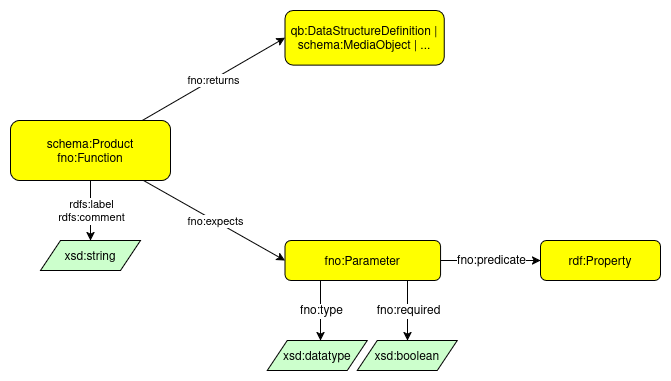
Earlier version of the draw.io export web/docs/diagrams/product-diagram.png (fair-ease/dataset-demand-register). Source tidied: cells renumbered, new cells last; positions are measured from the earlier drawing's top-left corner, leaving out a move shared by most shapes. Source of this version:
```xml
<mxGraphModel>
  <root>
    <mxCell id="0" />
    <mxCell id="1" parent="0" />
    <mxCell id="2" style="rounded=0;jettySize=auto;html=1;" parent="1" edge="1" source="4" target="20">
      <mxGeometry relative="1" as="geometry" />
    </mxCell>
    <mxCell id="3" value="rdfs:label&lt;br&gt;rdfs:comment" style="edgeLabel;html=1;align=center;verticalAlign=middle;" parent="2" vertex="1">
      <mxGeometry relative="1" as="geometry" />
    </mxCell>
    <mxCell id="4" value="schema:Product&#10;fno:Function" style="graphMlID=n4;shape=rect;rounded=1;arcsize=30;fillColor=#ffff00;strokeColor=#000000;strokeWidth=1.0;fontSize=12;fontStyle=0;" parent="1" vertex="1">
      <mxGeometry y="110" width="160" height="60" as="geometry" />
    </mxCell>
    <mxCell id="5" style="rounded=0;jettySize=auto;html=1;entryX=0;entryY=0.5;entryDx=0;entryDy=0;" parent="1" edge="1" source="4" target="19">
      <mxGeometry relative="1" as="geometry" />
    </mxCell>
    <mxCell id="6" value="fno:expects" style="edgeLabel;html=1;align=center;verticalAlign=middle;" parent="5" vertex="1">
      <mxGeometry relative="1" as="geometry" />
    </mxCell>
    <mxCell id="7" style="endArrow=classic;html=1;textDirection=ltr;rounded=0;edgeStyle=orthogonalEdgeStyle;" parent="1" edge="1" source="19" target="16">
      <mxGeometry relative="1" as="geometry" />
    </mxCell>
    <mxCell id="8" value="fno:predicate" style="text;html=1;align=center;verticalAlign=middle;labelBackgroundColor=#ffffff;rotation=0;" parent="7" vertex="1">
      <mxGeometry relative="1" as="geometry" />
    </mxCell>
    <mxCell id="9" style="endArrow=classic;html=1;textDirection=ltr;rounded=0;edgeStyle=orthogonalEdgeStyle;" parent="1" edge="1" source="19" target="14">
      <mxGeometry relative="1" as="geometry">
        <Array as="points">
          <mxPoint x="310" y="310" />
          <mxPoint x="310" y="310" />
        </Array>
      </mxGeometry>
    </mxCell>
    <mxCell id="10" value="fno:type" style="text;html=1;align=center;verticalAlign=middle;labelBackgroundColor=#ffffff;rotation=0;" parent="9" vertex="1">
      <mxGeometry relative="1" as="geometry" />
    </mxCell>
    <mxCell id="11" style="endArrow=classic;html=1;textDirection=ltr;rounded=0;edgeStyle=orthogonalEdgeStyle;" parent="1" edge="1" source="19" target="13">
      <mxGeometry relative="1" as="geometry">
        <Array as="points">
          <mxPoint x="397" y="290" />
          <mxPoint x="397" y="290" />
        </Array>
      </mxGeometry>
    </mxCell>
    <mxCell id="12" value="fno:required" style="text;html=1;align=center;verticalAlign=middle;labelBackgroundColor=#ffffff;rotation=0;" parent="11" vertex="1">
      <mxGeometry relative="1" as="geometry" />
    </mxCell>
    <mxCell id="13" value="xsd:boolean" style="graphMlID=n6;shape=parallelogram;fillColor=#ccffcc;strokeColor=#000000;strokeWidth=1.0;" parent="1" vertex="1">
      <mxGeometry x="346.8" y="330" width="100" height="30" as="geometry" />
    </mxCell>
    <mxCell id="14" value="xsd:datatype" style="graphMlID=n6;shape=parallelogram;fillColor=#ccffcc;strokeColor=#000000;strokeWidth=1.0;" parent="1" vertex="1">
      <mxGeometry x="256.8" y="330" width="100" height="30" as="geometry" />
    </mxCell>
    <mxCell id="15" value="qb:DataStructureDefinition | &#10;schema:MediaObject | ..." style="graphMlID=n4;shape=rect;rounded=1;arcsize=30;fillColor=#ffff00;strokeColor=#000000;strokeWidth=1.0;fontSize=12;fontStyle=0;" parent="1" vertex="1">
      <mxGeometry x="274.4" width="159.3" height="54.6" as="geometry" />
    </mxCell>
    <mxCell id="16" value="rdf:Property" style="graphMlID=n4;shape=rect;rounded=1;arcsize=30;fillColor=#ffff00;strokeColor=#000000;strokeWidth=1.0;" parent="1" vertex="1">
      <mxGeometry x="530" y="230" width="120" height="40" as="geometry" />
    </mxCell>
    <mxCell id="17" style="rounded=0;jettySize=auto;html=1;entryX=0;entryY=0.5;entryDx=0;entryDy=0;" parent="1" edge="1" source="4" target="15">
      <mxGeometry relative="1" as="geometry" />
    </mxCell>
    <mxCell id="18" value="fno:returns" style="edgeLabel;html=1;align=center;verticalAlign=middle;points=[];" parent="17" vertex="1">
      <mxGeometry relative="1" as="geometry" />
    </mxCell>
    <mxCell id="19" value="fno:Parameter" style="graphMlID=n4;shape=rect;rounded=1;arcsize=30;fillColor=#ffff00;strokeColor=#000000;strokeWidth=1.0;" parent="1" vertex="1">
      <mxGeometry x="274.4" y="230" width="155.6" height="40" as="geometry" />
    </mxCell>
    <mxCell id="20" value="xsd:string" style="graphMlID=n6;shape=parallelogram;fillColor=#ccffcc;strokeColor=#000000;strokeWidth=1.0;" parent="1" vertex="1">
      <mxGeometry x="30" y="230" width="100" height="30" as="geometry" />
    </mxCell>
  </root>
</mxGraphModel>
```
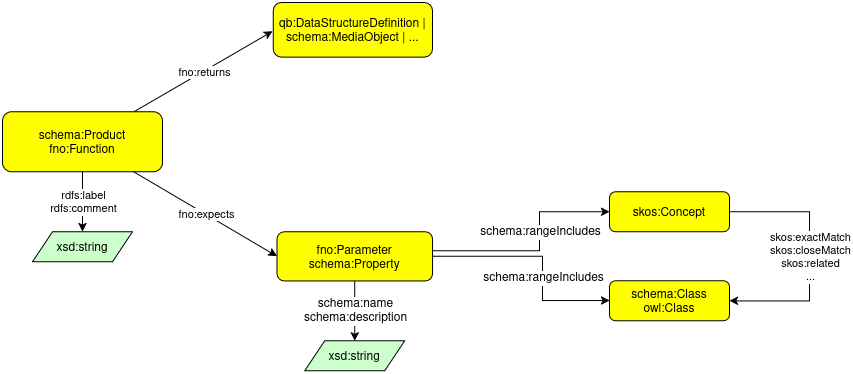
The same diagram one commit later.

The edit, as a diff of the source:
```diff
@@ -2,72 +2,89 @@
   <root>
     <mxCell id="0" />
     <mxCell id="1" parent="0" />
-    <mxCell id="2" style="rounded=0;jettySize=auto;html=1;" parent="1" edge="1" source="4" target="20">
+    <mxCell id="2" style="rounded=0;jettySize=auto;html=1;" parent="1" edge="1" source="4" target="15">
       <mxGeometry relative="1" as="geometry" />
     </mxCell>
     <mxCell id="3" value="rdfs:label&lt;br&gt;rdfs:comment" style="edgeLabel;html=1;align=center;verticalAlign=middle;" parent="2" vertex="1">
       <mxGeometry relative="1" as="geometry" />
     </mxCell>
     <mxCell id="4" value="schema:Product&#10;fno:Function" style="graphMlID=n4;shape=rect;rounded=1;arcsize=30;fillColor=#ffff00;strokeColor=#000000;strokeWidth=1.0;fontSize=12;fontStyle=0;" parent="1" vertex="1">
-      <mxGeometry y="110" width="160" height="60" as="geometry" />
+      <mxGeometry x="740" y="109.1" width="160" height="60" as="geometry" />
     </mxCell>
-    <mxCell id="5" style="rounded=0;jettySize=auto;html=1;entryX=0;entryY=0.5;entryDx=0;entryDy=0;" parent="1" edge="1" source="4" target="19">
+    <mxCell id="5" style="rounded=0;jettySize=auto;html=1;entryX=0;entryY=0.5;entryDx=0;entryDy=0;" parent="1" edge="1" source="4" target="14">
       <mxGeometry relative="1" as="geometry" />
     </mxCell>
     <mxCell id="6" value="fno:expects" style="edgeLabel;html=1;align=center;verticalAlign=middle;" parent="5" vertex="1">
       <mxGeometry relative="1" as="geometry" />
     </mxCell>
-    <mxCell id="7" style="endArrow=classic;html=1;textDirection=ltr;rounded=0;edgeStyle=orthogonalEdgeStyle;" parent="1" edge="1" source="19" target="16">
-      <mxGeometry relative="1" as="geometry" />
+    <mxCell id="7" style="endArrow=classic;html=1;textDirection=ltr;rounded=0;edgeStyle=orthogonalEdgeStyle;" parent="1" edge="1" source="14" target="19">
+      <mxGeometry relative="1" as="geometry">
+        <Array as="points">
+          <mxPoint x="1280" y="254" />
+          <mxPoint x="1280" y="298" />
+        </Array>
+      </mxGeometry>
     </mxCell>
-    <mxCell id="8" value="fno:predicate" style="text;html=1;align=center;verticalAlign=middle;labelBackgroundColor=#ffffff;rotation=0;" parent="7" vertex="1">
-      <mxGeometry relative="1" as="geometry" />
+    <mxCell id="8" value="schema:rangeIncludes" style="text;html=1;align=center;verticalAlign=middle;labelBackgroundColor=#ffffff;rotation=0;" parent="7" vertex="1">
+      <mxGeometry relative="1" as="geometry">
+        <mxPoint y="21" as="offset" />
+      </mxGeometry>
     </mxCell>
-    <mxCell id="9" style="endArrow=classic;html=1;textDirection=ltr;rounded=0;edgeStyle=orthogonalEdgeStyle;" parent="1" edge="1" source="19" target="14">
-      <mxGeometry relative="1" as="geometry">
-        <Array as="points">
-          <mxPoint x="310" y="310" />
-          <mxPoint x="310" y="310" />
-        </Array>
-      </mxGeometry>
+    <mxCell id="9" style="endArrow=classic;html=1;textDirection=ltr;rounded=0;edgeStyle=orthogonalEdgeStyle;" parent="1" edge="1" source="14" target="11">
+      <mxGeometry relative="1" as="geometry" />
     </mxCell>
-    <mxCell id="10" value="fno:type" style="text;html=1;align=center;verticalAlign=middle;labelBackgroundColor=#ffffff;rotation=0;" parent="9" vertex="1">
+    <mxCell id="10" value="&lt;div&gt;schema:name&lt;/div&gt;&lt;div&gt;schema:description&lt;/div&gt;" style="text;html=1;align=center;verticalAlign=middle;labelBackgroundColor=#ffffff;rotation=0;" parent="9" vertex="1">
       <mxGeometry relative="1" as="geometry" />
     </mxCell>
-    <mxCell id="11" style="endArrow=classic;html=1;textDirection=ltr;rounded=0;edgeStyle=orthogonalEdgeStyle;" parent="1" edge="1" source="19" target="13">
-      <mxGeometry relative="1" as="geometry">
-        <Array as="points">
-          <mxPoint x="397" y="290" />
-          <mxPoint x="397" y="290" />
-        </Array>
-      </mxGeometry>
+    <mxCell id="11" value="xsd:string" style="graphMlID=n6;shape=parallelogram;fillColor=#ccffcc;strokeColor=#000000;strokeWidth=1.0;" parent="1" vertex="1">
+      <mxGeometry x="1042.2" y="338.3" width="100" height="30" as="geometry" />
     </mxCell>
-    <mxCell id="12" value="fno:required" style="text;html=1;align=center;verticalAlign=middle;labelBackgroundColor=#ffffff;rotation=0;" parent="11" vertex="1">
-      <mxGeometry relative="1" as="geometry" />
+    <mxCell id="12" style="rounded=0;jettySize=auto;html=1;entryX=0;entryY=0.5;entryDx=0;entryDy=0;" parent="1" edge="1" source="4">
+      <mxGeometry relative="1" as="geometry">
+        <mxPoint x="1010" y="28.8" as="targetPoint" />
+      </mxGeometry>
     </mxCell>
-    <mxCell id="13" value="xsd:boolean" style="graphMlID=n6;shape=parallelogram;fillColor=#ccffcc;strokeColor=#000000;strokeWidth=1.0;" parent="1" vertex="1">
-      <mxGeometry x="346.8" y="330" width="100" height="30" as="geometry" />
+    <mxCell id="13" value="fno:returns" style="edgeLabel;html=1;align=center;verticalAlign=middle;points=[];" parent="12" vertex="1">
+      <mxGeometry relative="1" as="geometry" />
     </mxCell>
-    <mxCell id="14" value="xsd:datatype" style="graphMlID=n6;shape=parallelogram;fillColor=#ccffcc;strokeColor=#000000;strokeWidth=1.0;" parent="1" vertex="1">
-      <mxGeometry x="256.8" y="330" width="100" height="30" as="geometry" />
+    <mxCell id="14" value="fno:Parameter &#10;schema:Property" style="graphMlID=n4;shape=rect;rounded=1;arcsize=30;fillColor=#ffff00;strokeColor=#000000;strokeWidth=1.0;" parent="1" vertex="1">
+      <mxGeometry x="1014.4" y="229.1" width="155.6" height="49.2" as="geometry" />
     </mxCell>
-    <mxCell id="15" value="qb:DataStructureDefinition | &#10;schema:MediaObject | ..." style="graphMlID=n4;shape=rect;rounded=1;arcsize=30;fillColor=#ffff00;strokeColor=#000000;strokeWidth=1.0;fontSize=12;fontStyle=0;" parent="1" vertex="1">
-      <mxGeometry x="274.4" width="159.3" height="54.6" as="geometry" />
+    <mxCell id="15" value="xsd:string" style="graphMlID=n6;shape=parallelogram;fillColor=#ccffcc;strokeColor=#000000;strokeWidth=1.0;" parent="1" vertex="1">
+      <mxGeometry x="770" y="229.1" width="100" height="30" as="geometry" />
     </mxCell>
-    <mxCell id="16" value="rdf:Property" style="graphMlID=n4;shape=rect;rounded=1;arcsize=30;fillColor=#ffff00;strokeColor=#000000;strokeWidth=1.0;" parent="1" vertex="1">
-      <mxGeometry x="530" y="230" width="120" height="40" as="geometry" />
+    <mxCell id="16" style="endArrow=classic;html=1;textDirection=ltr;rounded=0;edgeStyle=orthogonalEdgeStyle;" parent="1" edge="1" source="14" target="18">
+      <mxGeometry relative="1" as="geometry">
+        <Array as="points">
+          <mxPoint x="1277" y="248.3" />
+          <mxPoint x="1277" y="209.3" />
+        </Array>
+      </mxGeometry>
     </mxCell>
-    <mxCell id="17" style="rounded=0;jettySize=auto;html=1;entryX=0;entryY=0.5;entryDx=0;entryDy=0;" parent="1" edge="1" source="4" target="15">
-      <mxGeometry relative="1" as="geometry" />
+    <mxCell id="17" value="schema:rangeIncludes" style="text;html=1;align=center;verticalAlign=middle;labelBackgroundColor=#ffffff;rotation=0;" parent="16" vertex="1">
+      <mxGeometry relative="1" as="geometry">
+        <mxPoint y="-18" as="offset" />
+      </mxGeometry>
     </mxCell>
-    <mxCell id="18" value="fno:returns" style="edgeLabel;html=1;align=center;verticalAlign=middle;points=[];" parent="17" vertex="1">
-      <mxGeometry relative="1" as="geometry" />
+    <mxCell id="18" value="skos:Concept" style="graphMlID=n4;shape=rect;rounded=1;arcsize=30;fillColor=light-dark(#ffff00, #1f1f00);strokeColor=#000000;strokeWidth=1.0;" parent="1" vertex="1">
+      <mxGeometry x="1347" y="189.1" width="120" height="40" as="geometry" />
     </mxCell>
-    <mxCell id="19" value="fno:Parameter" style="graphMlID=n4;shape=rect;rounded=1;arcsize=30;fillColor=#ffff00;strokeColor=#000000;strokeWidth=1.0;" parent="1" vertex="1">
-      <mxGeometry x="274.4" y="230" width="155.6" height="40" as="geometry" />
+    <mxCell id="19" value="schema:Class&#10;owl:Class" style="graphMlID=n4;shape=rect;rounded=1;arcsize=30;fillColor=light-dark(#ffff00, #1f1f00);strokeColor=#000000;strokeWidth=1.0;" parent="1" vertex="1">
+      <mxGeometry x="1347" y="278.3" width="120" height="40" as="geometry" />
     </mxCell>
-    <mxCell id="20" value="xsd:string" style="graphMlID=n6;shape=parallelogram;fillColor=#ccffcc;strokeColor=#000000;strokeWidth=1.0;" parent="1" vertex="1">
-      <mxGeometry x="30" y="230" width="100" height="30" as="geometry" />
+    <mxCell id="20" style="edgeStyle=orthogonalEdgeStyle;rounded=0;jettySize=auto;html=1;entryX=1;entryY=0.5;entryDx=0;entryDy=0;" parent="1" edge="1" source="18" target="19">
+      <mxGeometry relative="1" as="geometry">
+        <Array as="points">
+          <mxPoint x="1547" y="209.1" />
+          <mxPoint x="1547" y="298.3" />
+        </Array>
+      </mxGeometry>
     </mxCell>
+    <mxCell id="21" value="&lt;div&gt;skos:exactMatch&lt;/div&gt;&lt;div&gt;skos:closeMatch&lt;/div&gt;&lt;div&gt;skos:related&lt;/div&gt;&lt;div&gt;...&lt;/div&gt;" style="edgeLabel;html=1;align=center;verticalAlign=middle;" parent="20" vertex="1">
+      <mxGeometry relative="1" as="geometry" />
+    </mxCell>
+    <mxCell id="22" value="qb:DataStructureDefinition | &#10;schema:MediaObject | ..." style="graphMlID=n4;shape=rect;rounded=1;arcsize=30;fillColor=#ffff00;strokeColor=#000000;strokeWidth=1.0;fontSize=12;fontStyle=0;" parent="1" vertex="1">
+      <mxGeometry x="1010.7" width="159.3" height="54.6" as="geometry" />
+    </mxCell>
   </root>
 </mxGraphModel>
```
